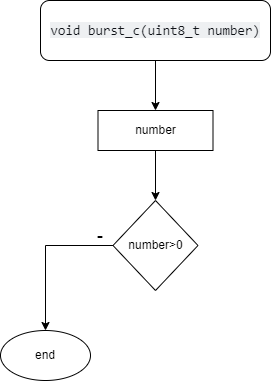
This is 08-asm/pulses.png from OndraFoltyn/digital-electronics-2, a draw.io export, as it was before one commit. Source tidied: cells renumbered, new cells last; positions are measured from the earlier drawing's top-left corner, leaving out a move shared by most shapes. Source of this version:
```xml
<mxGraphModel>
  <root>
    <mxCell id="0" />
    <mxCell id="1" parent="0" />
    <mxCell id="2" style="edgeStyle=orthogonalEdgeStyle;rounded=0;jettySize=auto;html=1;exitX=0.5;exitY=1;exitDx=0;exitDy=0;entryX=0.5;entryY=0;entryDx=0;entryDy=0;" parent="1" edge="1" source="3" target="5">
      <mxGeometry relative="1" as="geometry" />
    </mxCell>
    <mxCell id="3" value="&lt;span style=&quot;color: rgb(14, 17, 22); font-family: ui-monospace, SFMono-Regular, &amp;quot;SF Mono&amp;quot;, Menlo, Consolas, &amp;quot;Liberation Mono&amp;quot;, monospace; font-size: 13.6px; text-align: left; background-color: rgba(172, 182, 192, 0.2);&quot;&gt;void burst_c(uint8_t number)&lt;/span&gt;" style="rounded=1;whiteSpace=wrap;html=1;" parent="1" vertex="1">
      <mxGeometry x="40" width="230" height="60" as="geometry" />
    </mxCell>
    <mxCell id="4" style="edgeStyle=orthogonalEdgeStyle;rounded=0;jettySize=auto;html=1;exitX=0.5;exitY=1;exitDx=0;exitDy=0;entryX=0.5;entryY=0;entryDx=0;entryDy=0;" parent="1" edge="1" source="5" target="7">
      <mxGeometry relative="1" as="geometry" />
    </mxCell>
    <mxCell id="5" value="number" style="rounded=0;whiteSpace=wrap;html=1;" parent="1" vertex="1">
      <mxGeometry x="97.5" y="110" width="115" height="40" as="geometry" />
    </mxCell>
    <mxCell id="6" style="edgeStyle=orthogonalEdgeStyle;rounded=0;jettySize=auto;html=1;exitX=0;exitY=0.5;exitDx=0;exitDy=0;entryX=0.5;entryY=0;entryDx=0;entryDy=0;" parent="1" edge="1" source="7" target="8">
      <mxGeometry relative="1" as="geometry" />
    </mxCell>
    <mxCell id="7" value="number&amp;gt;0" style="rhombus;whiteSpace=wrap;html=1;" parent="1" vertex="1">
      <mxGeometry x="112.5" y="200" width="85" height="90" as="geometry" />
    </mxCell>
    <mxCell id="8" value="end" style="ellipse;whiteSpace=wrap;html=1;" parent="1" vertex="1">
      <mxGeometry y="330" width="90" height="50" as="geometry" />
    </mxCell>
    <mxCell id="9" value="&lt;font style=&quot;font-size: 18px;&quot;&gt;-&lt;/font&gt;" style="text;html=1;strokeColor=none;fillColor=none;align=center;verticalAlign=middle;whiteSpace=wrap;rounded=0;" parent="1" vertex="1">
      <mxGeometry x="70" y="220" width="60" height="30" as="geometry" />
    </mxCell>
  </root>
</mxGraphModel>
```
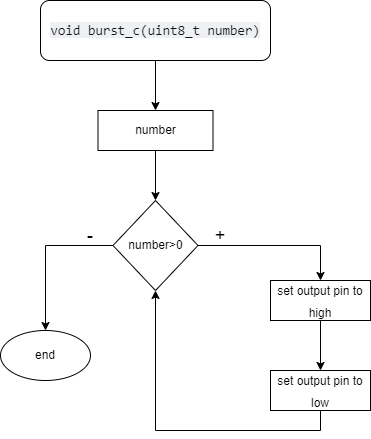
After the change.

Diff of the diagram source:
```diff
@@ -17,6 +17,14 @@
     <mxCell id="6" style="edgeStyle=orthogonalEdgeStyle;rounded=0;jettySize=auto;html=1;exitX=0;exitY=0.5;exitDx=0;exitDy=0;entryX=0.5;entryY=0;entryDx=0;entryDy=0;" parent="1" edge="1" source="7" target="8">
       <mxGeometry relative="1" as="geometry" />
     </mxCell>
+    <mxCell id="10" style="edgeStyle=orthogonalEdgeStyle;rounded=0;jettySize=auto;html=1;exitX=1;exitY=0.5;exitDx=0;exitDy=0;fontSize=18;" parent="1" edge="1" source="7">
+      <mxGeometry relative="1" as="geometry">
+        <mxPoint x="198" y="245" as="targetPoint" />
+      </mxGeometry>
+    </mxCell>
+    <mxCell id="11" style="edgeStyle=orthogonalEdgeStyle;rounded=0;jettySize=auto;html=1;exitX=1;exitY=0.5;exitDx=0;exitDy=0;entryX=0.5;entryY=0;entryDx=0;entryDy=0;fontSize=18;" parent="1" edge="1" source="7" target="13">
+      <mxGeometry relative="1" as="geometry" />
+    </mxCell>
     <mxCell id="7" value="number&amp;gt;0" style="rhombus;whiteSpace=wrap;html=1;" parent="1" vertex="1">
       <mxGeometry x="112.5" y="200" width="85" height="90" as="geometry" />
     </mxCell>
@@ -24,7 +32,22 @@
       <mxGeometry y="330" width="90" height="50" as="geometry" />
     </mxCell>
     <mxCell id="9" value="&lt;font style=&quot;font-size: 18px;&quot;&gt;-&lt;/font&gt;" style="text;html=1;strokeColor=none;fillColor=none;align=center;verticalAlign=middle;whiteSpace=wrap;rounded=0;" parent="1" vertex="1">
-      <mxGeometry x="70" y="220" width="60" height="30" as="geometry" />
+      <mxGeometry x="60" y="220" width="60" height="30" as="geometry" />
     </mxCell>
+    <mxCell id="12" style="edgeStyle=orthogonalEdgeStyle;rounded=0;jettySize=auto;html=1;fontSize=12;" parent="1" edge="1" source="13" target="15">
+      <mxGeometry relative="1" as="geometry" />
+    </mxCell>
+    <mxCell id="13" value="&lt;font style=&quot;font-size: 12px;&quot;&gt;set output pin to high&lt;/font&gt;" style="rounded=0;whiteSpace=wrap;html=1;fontSize=18;" parent="1" vertex="1">
+      <mxGeometry x="270" y="280" width="100" height="40" as="geometry" />
+    </mxCell>
+    <mxCell id="14" style="edgeStyle=orthogonalEdgeStyle;rounded=0;jettySize=auto;html=1;exitX=0.5;exitY=1;exitDx=0;exitDy=0;entryX=0.5;entryY=1;entryDx=0;entryDy=0;fontSize=12;" parent="1" edge="1" source="15" target="7">
+      <mxGeometry relative="1" as="geometry" />
+    </mxCell>
+    <mxCell id="15" value="&lt;font style=&quot;font-size: 12px;&quot;&gt;set output pin to low&lt;/font&gt;" style="rounded=0;whiteSpace=wrap;html=1;fontSize=18;" parent="1" vertex="1">
+      <mxGeometry x="270" y="370" width="100" height="40" as="geometry" />
+    </mxCell>
+    <mxCell id="16" value="&lt;font style=&quot;font-size: 18px;&quot;&gt;+&lt;/font&gt;" style="text;html=1;strokeColor=none;fillColor=none;align=center;verticalAlign=middle;whiteSpace=wrap;rounded=0;fontSize=12;" parent="1" vertex="1">
+      <mxGeometry x="190" y="220" width="60" height="30" as="geometry" />
+    </mxCell>
   </root>
 </mxGraphModel>
```
